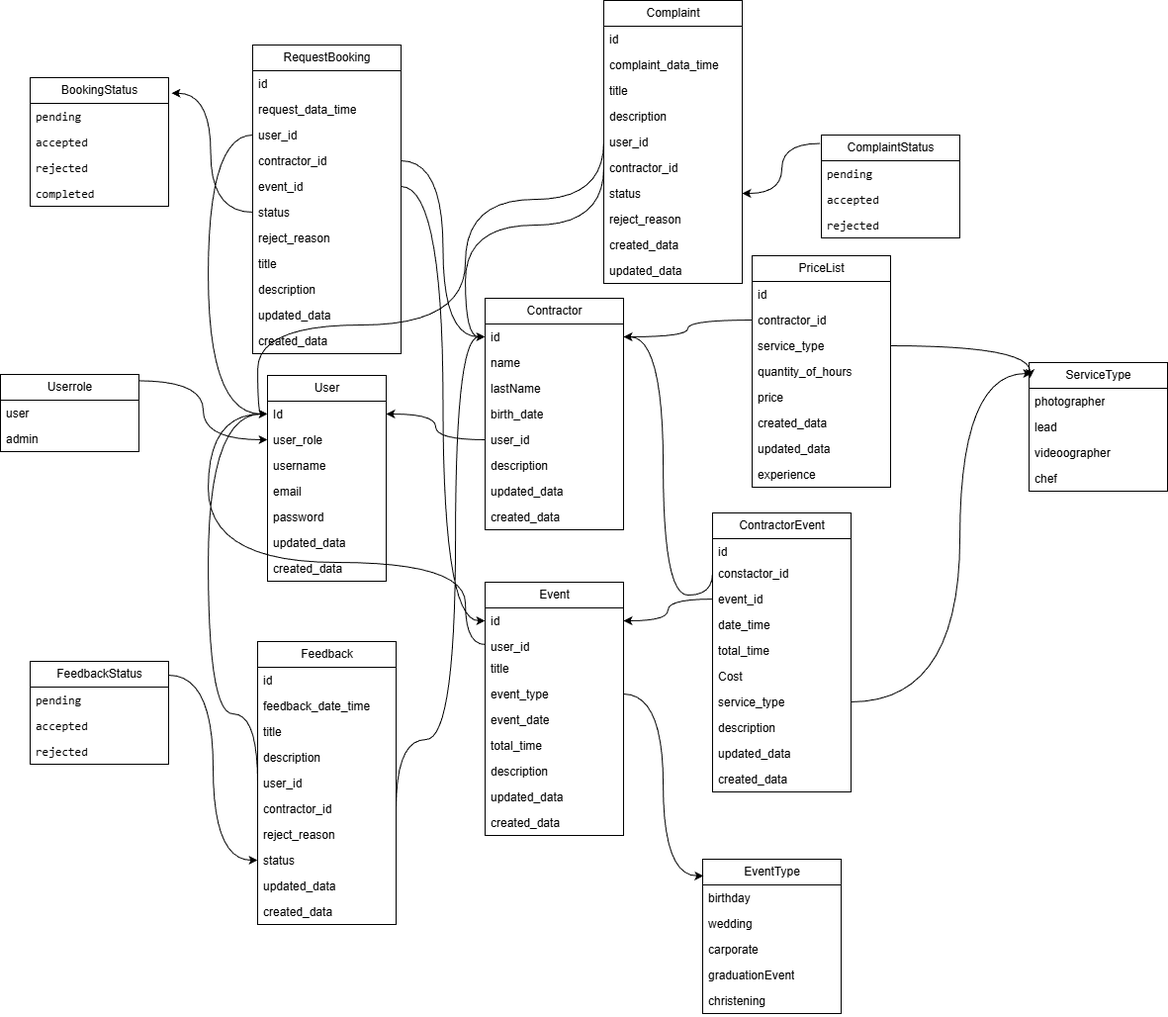
Earlier version of the draw.io export bd.drawio.png (Droplessrain/EventHub). Source tidied: cells renumbered, new cells last; positions are measured from the earlier drawing's top-left corner, leaving out a move shared by most shapes.
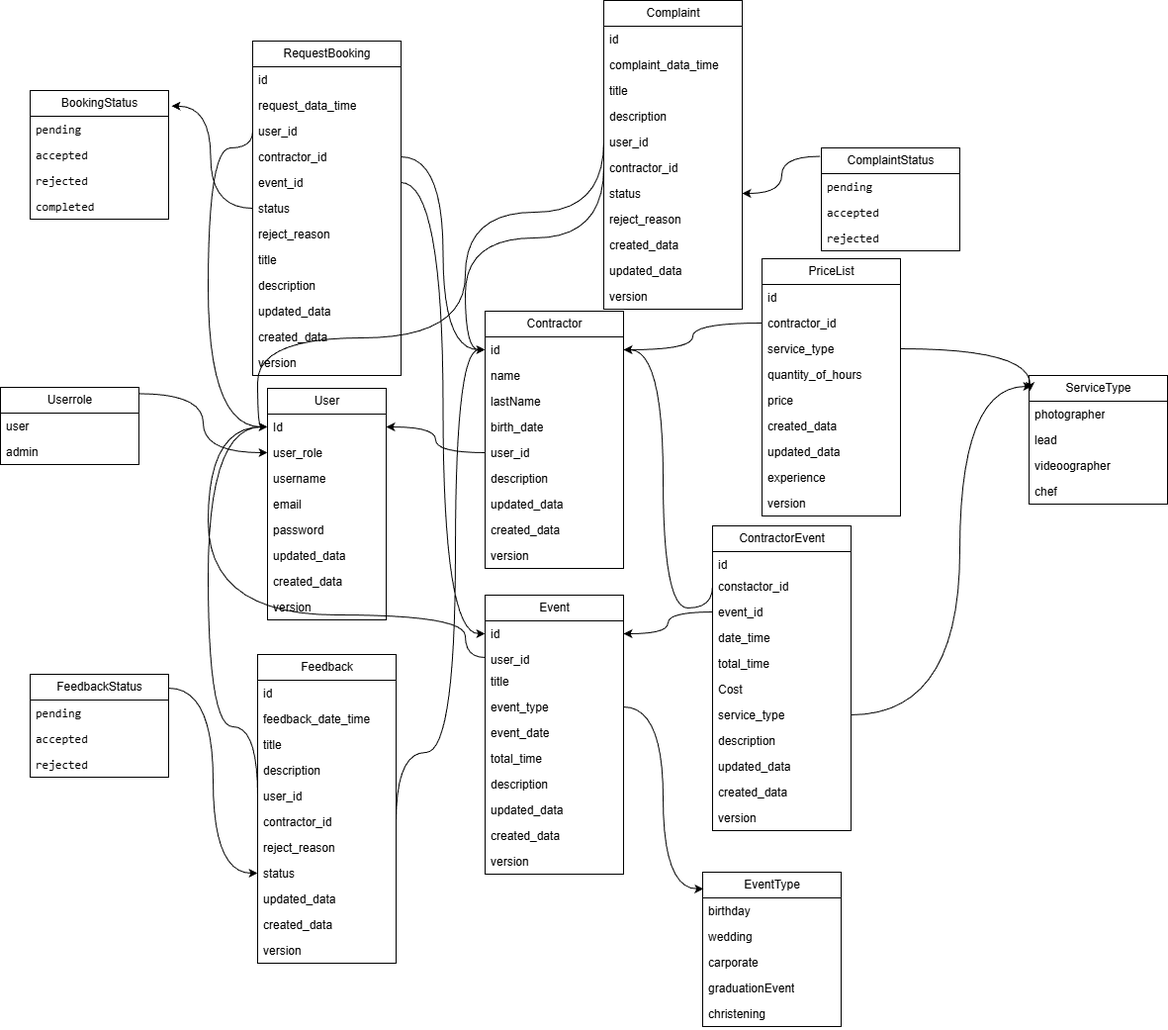
The same file after the commit.

Change to the diagram source:
```diff
@@ -3,7 +3,7 @@
     <mxCell id="0" />
     <mxCell id="1" parent="0" />
     <mxCell id="2" value="User" style="swimlane;fontStyle=0;horizontal=1;startSize=26;fillColor=none;html=1;" parent="1" vertex="1">
-      <mxGeometry x="270" y="379" width="120" height="208" as="geometry" />
+      <mxGeometry x="270" y="379" width="120" height="234" as="geometry" />
     </mxCell>
     <mxCell id="3" value="Id" style="text;strokeColor=none;fillColor=none;align=left;verticalAlign=top;spacingLeft=4;spacingRight=4;overflow=hidden;points=[[0,0.5],[1,0.5]];portConstraint=eastwest;whiteSpace=wrap;html=1;" parent="2" vertex="1">
       <mxGeometry y="26" width="120" height="26" as="geometry" />
@@ -26,6 +26,9 @@
     <mxCell id="9" value="&lt;span&gt;&lt;font face=&quot;Helvetica&quot; style=&quot;&quot;&gt;created_data&lt;/font&gt;&lt;/span&gt;" style="text;align=left;verticalAlign=top;spacingLeft=4;spacingRight=4;overflow=hidden;whiteSpace=wrap;html=1;" parent="2" vertex="1">
       <mxGeometry y="182" width="120" height="26" as="geometry" />
     </mxCell>
+    <mxCell id="129" value="version" style="text;align=left;verticalAlign=top;spacingLeft=4;spacingRight=4;overflow=hidden;whiteSpace=wrap;html=1;" parent="2" vertex="1">
+      <mxGeometry y="208" width="120" height="26" as="geometry" />
+    </mxCell>
     <mxCell id="10" value="Userrole" style="swimlane;fontStyle=0;horizontal=1;startSize=26;fillColor=none;html=1;" parent="1" vertex="1">
       <mxGeometry y="378" width="140" height="78" as="geometry" />
     </mxCell>
@@ -36,7 +39,7 @@
       <mxGeometry y="52" width="140" height="26" as="geometry" />
     </mxCell>
     <mxCell id="13" value="ContractorEvent" style="swimlane;fontStyle=0;horizontal=1;startSize=26;fillColor=none;html=1;" parent="1" vertex="1">
-      <mxGeometry x="720" y="518" width="140" height="282" as="geometry" />
+      <mxGeometry x="720" y="518" width="140" height="308" as="geometry" />
     </mxCell>
     <mxCell id="14" value="id" style="text;strokeColor=none;fillColor=none;align=left;verticalAlign=top;spacingLeft=4;spacingRight=4;overflow=hidden;whiteSpace=wrap;html=1;" parent="13" vertex="1">
       <mxGeometry y="26" width="140" height="22" as="geometry" />
@@ -68,8 +71,11 @@
     <mxCell id="23" value="&lt;span&gt;&lt;font face=&quot;Helvetica&quot; style=&quot;&quot;&gt;created_data&lt;/font&gt;&lt;/span&gt;" style="text;align=left;verticalAlign=top;spacingLeft=4;spacingRight=4;overflow=hidden;whiteSpace=wrap;html=1;" parent="13" vertex="1">
       <mxGeometry y="256" width="140" height="26" as="geometry" />
     </mxCell>
+    <mxCell id="130" value="version" style="text;align=left;verticalAlign=top;spacingLeft=4;spacingRight=4;overflow=hidden;whiteSpace=wrap;html=1;" parent="13" vertex="1">
+      <mxGeometry y="282" width="140" height="26" as="geometry" />
+    </mxCell>
     <mxCell id="24" value="Contractor" style="swimlane;fontStyle=0;horizontal=1;startSize=26;fillColor=none;html=1;" parent="1" vertex="1">
-      <mxGeometry x="490" y="301" width="140" height="234" as="geometry" />
+      <mxGeometry x="490" y="301" width="140" height="260" as="geometry" />
     </mxCell>
     <mxCell id="25" value="id" style="text;strokeColor=none;fillColor=none;align=left;verticalAlign=top;spacingLeft=4;spacingRight=4;overflow=hidden;points=[[0,0.5],[1,0.5]];portConstraint=eastwest;whiteSpace=wrap;html=1;" parent="24" vertex="1">
       <mxGeometry y="26" width="140" height="26" as="geometry" />
@@ -95,6 +101,9 @@
     <mxCell id="32" value="&lt;span&gt;&lt;font face=&quot;Helvetica&quot; style=&quot;&quot;&gt;created_data&lt;/font&gt;&lt;/span&gt;" style="text;align=left;verticalAlign=top;spacingLeft=4;spacingRight=4;overflow=hidden;whiteSpace=wrap;html=1;" parent="24" vertex="1">
       <mxGeometry y="208" width="140" height="26" as="geometry" />
     </mxCell>
+    <mxCell id="131" value="version" style="text;align=left;verticalAlign=top;spacingLeft=4;spacingRight=4;overflow=hidden;whiteSpace=wrap;html=1;" parent="24" vertex="1">
+      <mxGeometry y="234" width="140" height="26" as="geometry" />
+    </mxCell>
     <mxCell id="33" style="endArrow=classic;html=1;rounded=0;exitX=0.997;exitY=0.082;exitDx=0;exitDy=0;exitPerimeter=0;entryX=0;entryY=0.5;entryDx=0;entryDy=0;edgeStyle=orthogonalEdgeStyle;curved=1;" parent="1" edge="1" source="10" target="4">
       <mxGeometry relative="1" as="geometry" />
     </mxCell>
@@ -102,7 +111,7 @@
       <mxGeometry relative="1" as="geometry" />
     </mxCell>
     <mxCell id="35" value="RequestBooking" style="swimlane;fontStyle=0;horizontal=1;startSize=26;fillColor=none;html=1;" parent="1" vertex="1">
-      <mxGeometry x="255" y="45" width="150" height="312" as="geometry" />
+      <mxGeometry x="255" y="28" width="150" height="338" as="geometry" />
     </mxCell>
     <mxCell id="36" value="id" style="text;strokeColor=none;fillColor=none;align=left;verticalAlign=top;spacingLeft=4;spacingRight=4;overflow=hidden;whiteSpace=wrap;html=1;" parent="35" vertex="1">
       <mxGeometry y="26" width="150" height="26" as="geometry" />
@@ -137,8 +146,11 @@
     <mxCell id="46" value="&lt;span&gt;&lt;font face=&quot;Helvetica&quot; style=&quot;&quot;&gt;created_data&lt;/font&gt;&lt;/span&gt;" style="text;align=left;verticalAlign=top;spacingLeft=4;spacingRight=4;overflow=hidden;whiteSpace=wrap;html=1;" parent="35" vertex="1">
       <mxGeometry y="286" width="150" height="26" as="geometry" />
     </mxCell>
+    <mxCell id="132" value="version" style="text;align=left;verticalAlign=top;spacingLeft=4;spacingRight=4;overflow=hidden;whiteSpace=wrap;html=1;" parent="35" vertex="1">
+      <mxGeometry y="312" width="150" height="26" as="geometry" />
+    </mxCell>
     <mxCell id="47" value="Event" style="swimlane;fontStyle=0;horizontal=1;startSize=26;fillColor=none;html=1;" parent="1" vertex="1">
-      <mxGeometry x="490" y="588" width="140" height="256" as="geometry" />
+      <mxGeometry x="490" y="588" width="140" height="282" as="geometry" />
     </mxCell>
     <mxCell id="48" value="id" style="text;strokeColor=none;fillColor=none;align=left;verticalAlign=top;spacingLeft=4;spacingRight=4;overflow=hidden;points=[[0,0.5],[1,0.5]];portConstraint=eastwest;whiteSpace=wrap;html=1;" parent="47" vertex="1">
       <mxGeometry y="26" width="140" height="26" as="geometry" />
@@ -167,6 +179,9 @@
     <mxCell id="56" value="&lt;span&gt;&lt;font face=&quot;Helvetica&quot; style=&quot;&quot;&gt;created_data&lt;/font&gt;&lt;/span&gt;" style="text;align=left;verticalAlign=top;spacingLeft=4;spacingRight=4;overflow=hidden;whiteSpace=wrap;html=1;" parent="47" vertex="1">
       <mxGeometry y="230" width="140" height="26" as="geometry" />
     </mxCell>
+    <mxCell id="133" value="version" style="text;align=left;verticalAlign=top;spacingLeft=4;spacingRight=4;overflow=hidden;whiteSpace=wrap;html=1;" parent="47" vertex="1">
+      <mxGeometry y="256" width="140" height="26" as="geometry" />
+    </mxCell>
     <mxCell id="57" style="endArrow=classic;html=1;rounded=0;entryX=1;entryY=0.5;entryDx=0;entryDy=0;edgeStyle=orthogonalEdgeStyle;curved=1;exitX=0;exitY=0.5;exitDx=0;exitDy=0;" parent="1" edge="1" source="15" target="25">
       <mxGeometry relative="1" as="geometry">
         <Array as="points">
@@ -179,8 +194,8 @@
       <mxGeometry relative="1" as="geometry">
         <Array as="points">
           <mxPoint x="470" y="651" />
-          <mxPoint x="470" y="568" />
-          <mxPoint x="210" y="568" />
+          <mxPoint x="470" y="608" />
+          <mxPoint x="210" y="608" />
           <mxPoint x="210" y="418" />
         </Array>
       </mxGeometry>
@@ -215,7 +230,7 @@
       <mxGeometry relative="1" as="geometry" />
     </mxCell>
     <mxCell id="67" value="Сomplaint" style="swimlane;fontStyle=0;horizontal=1;startSize=26;fillColor=none;html=1;" parent="1" vertex="1">
-      <mxGeometry x="610" width="140" height="286" as="geometry" />
+      <mxGeometry x="610" y="-13" width="140" height="312" as="geometry" />
     </mxCell>
     <mxCell id="68" value="id" style="text;strokeColor=none;fillColor=none;align=left;verticalAlign=top;spacingLeft=4;spacingRight=4;overflow=hidden;whiteSpace=wrap;html=1;" parent="67" vertex="1">
       <mxGeometry y="26" width="140" height="26" as="geometry" />
@@ -247,6 +262,9 @@
     <mxCell id="77" value="updated_data" style="text;strokeColor=none;fillColor=none;align=left;verticalAlign=top;spacingLeft=4;spacingRight=4;overflow=hidden;whiteSpace=wrap;html=1;" parent="67" vertex="1">
       <mxGeometry y="260" width="140" height="26" as="geometry" />
     </mxCell>
+    <mxCell id="134" value="version" style="text;align=left;verticalAlign=top;spacingLeft=4;spacingRight=4;overflow=hidden;whiteSpace=wrap;html=1;" parent="67" vertex="1">
+      <mxGeometry y="286" width="140" height="26" as="geometry" />
+    </mxCell>
     <mxCell id="78" style="endArrow=classic;html=1;rounded=0;exitX=0;exitY=0.5;exitDx=0;exitDy=0;entryX=0;entryY=0.5;entryDx=0;entryDy=0;edgeStyle=orthogonalEdgeStyle;curved=1;" parent="1" edge="1" source="73" target="25">
       <mxGeometry relative="1" as="geometry">
         <Array as="points">
@@ -269,7 +287,7 @@
       <mxGeometry relative="1" as="geometry" />
     </mxCell>
     <mxCell id="81" value="Feedback" style="swimlane;fontStyle=0;horizontal=1;startSize=26;fillColor=none;html=1;" parent="1" vertex="1">
-      <mxGeometry x="260" y="648" width="140" height="286" as="geometry" />
+      <mxGeometry x="260" y="648" width="140" height="312" as="geometry" />
     </mxCell>
     <mxCell id="82" value="id" style="text;strokeColor=none;fillColor=none;align=left;verticalAlign=top;spacingLeft=4;spacingRight=4;overflow=hidden;whiteSpace=wrap;html=1;" parent="81" vertex="1">
       <mxGeometry y="26" width="140" height="26" as="geometry" />
@@ -301,6 +319,9 @@
     <mxCell id="91" value="&lt;span&gt;&lt;font face=&quot;Helvetica&quot; style=&quot;&quot;&gt;created_data&lt;/font&gt;&lt;/span&gt;" style="text;align=left;verticalAlign=top;spacingLeft=4;spacingRight=4;overflow=hidden;whiteSpace=wrap;html=1;" parent="81" vertex="1">
       <mxGeometry y="260" width="140" height="26" as="geometry" />
     </mxCell>
+    <mxCell id="135" value="version" style="text;align=left;verticalAlign=top;spacingLeft=4;spacingRight=4;overflow=hidden;whiteSpace=wrap;html=1;" parent="81" vertex="1">
+      <mxGeometry y="286" width="140" height="26" as="geometry" />
+    </mxCell>
     <mxCell id="92" style="endArrow=classic;html=1;rounded=0;exitX=0;exitY=0.5;exitDx=0;exitDy=0;entryX=0;entryY=0.5;entryDx=0;entryDy=0;edgeStyle=orthogonalEdgeStyle;curved=1;" parent="1" edge="1" source="86" target="3">
       <mxGeometry relative="1" as="geometry">
         <Array as="points">
@@ -363,7 +384,7 @@
       <mxGeometry y="104" width="140" height="26" as="geometry" />
     </mxCell>
     <mxCell id="109" value="&lt;span style=&quot;text-align: left; text-wrap-mode: wrap;&quot;&gt;PriceList&lt;/span&gt;" style="swimlane;fontStyle=0;horizontal=1;startSize=26;fillColor=none;html=1;" parent="1" vertex="1">
-      <mxGeometry x="760" y="258" width="140" height="234" as="geometry" />
+      <mxGeometry x="770" y="248" width="140" height="260" as="geometry" />
     </mxCell>
     <mxCell id="110" value="id" style="text;strokeColor=none;fillColor=none;align=left;verticalAlign=top;spacingLeft=4;spacingRight=4;overflow=hidden;whiteSpace=wrap;html=1;" parent="109" vertex="1">
       <mxGeometry y="26" width="140" height="26" as="geometry" />
@@ -389,6 +410,9 @@
     <mxCell id="117" value="experience" style="text;strokeColor=none;fillColor=none;align=left;verticalAlign=top;spacingLeft=4;spacingRight=4;overflow=hidden;whiteSpace=wrap;html=1;" parent="109" vertex="1">
       <mxGeometry y="208" width="140" height="26" as="geometry" />
     </mxCell>
+    <mxCell id="136" value="version" style="text;align=left;verticalAlign=top;spacingLeft=4;spacingRight=4;overflow=hidden;whiteSpace=wrap;html=1;" parent="109" vertex="1">
+      <mxGeometry y="234" width="140" height="26" as="geometry" />
+    </mxCell>
     <mxCell id="118" style="endArrow=classic;html=1;rounded=0;exitX=1;exitY=0.5;exitDx=0;exitDy=0;entryX=0.008;entryY=0.12;entryDx=0;entryDy=0;entryPerimeter=0;edgeStyle=orthogonalEdgeStyle;curved=1;" parent="1" edge="1" source="112" target="104">
       <mxGeometry relative="1" as="geometry" />
     </mxCell>
```
